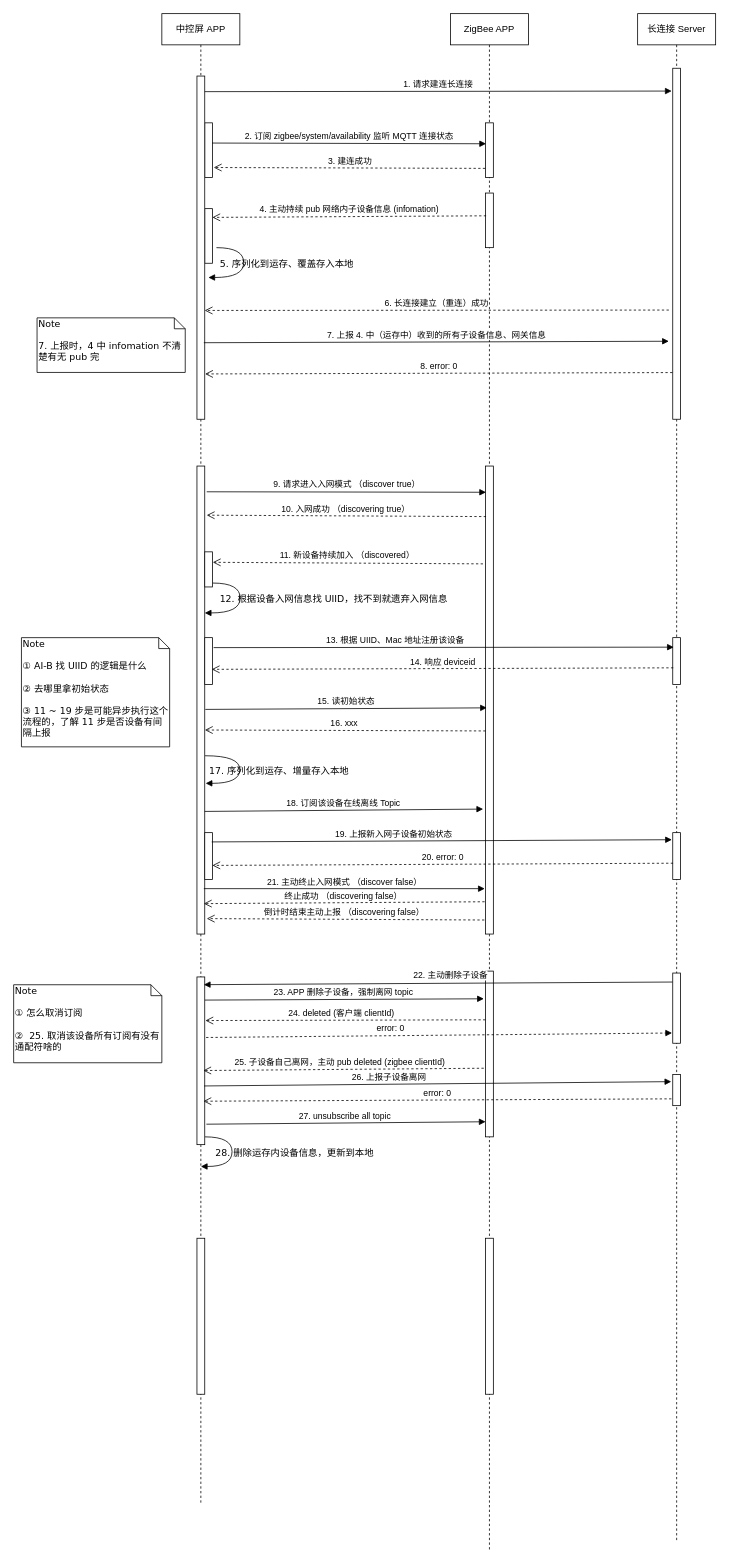
FE-Sadhu/diagram keeps this draw.io diagram as ZigBee 方案时序.drawio. Above is the earlier version. Source tidied: cells renumbered, new cells numbered last; positions are measured from the earlier drawing's top-left corner, leaving out a move shared by most shapes. Both pictures are drawn from the tidied source at 78%, with x=0, y=0 at pixel (13, 13).
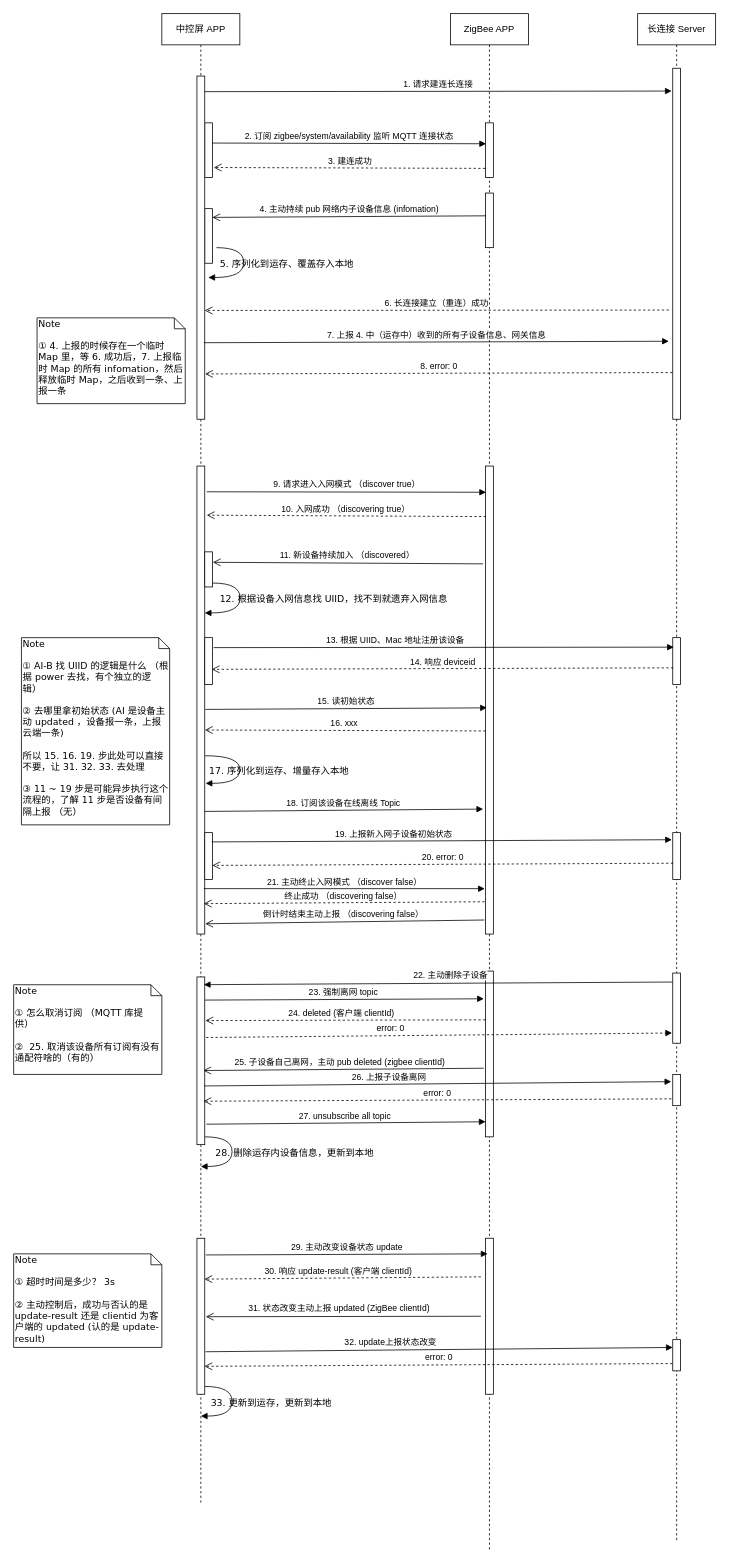
After the change.

Unchanged cells that the change refers to:
```xml
<mxCell id="2" value="中控屏 APP" style="shape=umlLifeline;perimeter=lifelinePerimeter;whiteSpace=wrap;html=1;" parent="1" vertex="1">
  <mxGeometry x="190" width="100" height="1910" as="geometry" />
</mxCell>
<mxCell id="4" style="html=1;points=[];perimeter=orthogonalPerimeter;rounded=0;shadow=0;comic=0;labelBackgroundColor=none;strokeWidth=1;fontFamily=Verdana;fontSize=12;align=center;" parent="2" vertex="1">
  <mxGeometry x="55" y="250" width="10" height="70" as="geometry" />
</mxCell>
<mxCell id="8" style="html=1;points=[];perimeter=orthogonalPerimeter;rounded=0;shadow=0;comic=0;labelBackgroundColor=none;strokeWidth=1;fontFamily=Verdana;fontSize=12;align=center;" parent="2" vertex="1">
  <mxGeometry x="45" y="580" width="10" height="600" as="geometry" />
</mxCell>
<mxCell id="9" style="html=1;points=[];perimeter=orthogonalPerimeter;" parent="2" vertex="1">
  <mxGeometry x="55" y="690" width="10" height="45" as="geometry" />
</mxCell>
<mxCell id="14" style="html=1;points=[];perimeter=orthogonalPerimeter;" parent="2" vertex="1">
  <mxGeometry x="45" y="1570" width="10" height="200" as="geometry" />
</mxCell>
<mxCell id="15" style="html=1;points=[];perimeter=orthogonalPerimeter;" parent="2" vertex="1">
  <mxGeometry x="45" y="1235" width="10" height="215" as="geometry" />
</mxCell>
<mxCell id="19" style="html=1;points=[];perimeter=orthogonalPerimeter;rounded=0;shadow=0;comic=0;labelBackgroundColor=none;strokeWidth=1;fontFamily=Verdana;fontSize=12;align=center;" parent="17" vertex="1">
  <mxGeometry x="45" y="230" width="10" height="70" as="geometry" />
</mxCell>
<mxCell id="20" style="html=1;points=[];perimeter=orthogonalPerimeter;rounded=0;shadow=0;comic=0;labelBackgroundColor=none;strokeWidth=1;fontFamily=Verdana;fontSize=12;align=center;" parent="17" vertex="1">
  <mxGeometry x="45" y="580" width="10" height="600" as="geometry" />
</mxCell>
<mxCell id="22" style="html=1;points=[];perimeter=orthogonalPerimeter;" parent="17" vertex="1">
  <mxGeometry x="45" y="1227.5" width="10" height="212.5" as="geometry" />
</mxCell>
<mxCell id="23" value="长连接 Server" style="shape=umlLifeline;perimeter=lifelinePerimeter;whiteSpace=wrap;html=1;" parent="1" vertex="1">
  <mxGeometry x="800" width="100" height="1960" as="geometry" />
</mxCell>
```

The edit, as a diff of the source:
```diff
@@
+    <mxCell id="59" value="33. 更新到运存，更新到本地" style="html=1;verticalAlign=bottom;endArrow=block;labelBackgroundColor=none;fontFamily=Verdana;fontSize=12;elbow=vertical;edgeStyle=orthogonalEdgeStyle;curved=1;" parent="2" edge="1">
+      <mxGeometry x="0.15" y="50" relative="1" as="geometry">
+        <mxPoint x="55.4" y="1760" as="sourcePoint" />
+        <mxPoint x="50" y="1798" as="targetPoint" />
+        <Array as="points">
+          <mxPoint x="90" y="1760" />
+          <mxPoint x="90" y="1798" />
+        </Array>
+      </mxGeometry>
+    </mxCell>
@@
+    <mxCell id="60" style="html=1;points=[];perimeter=orthogonalPerimeter;rounded=0;shadow=0;comic=0;labelBackgroundColor=none;strokeWidth=1;fontFamily=Verdana;fontSize=12;align=center;" parent="23" vertex="1">
+      <mxGeometry x="45" y="1700" width="10" height="40" as="geometry" />
+    </mxCell>
+    <mxCell id="61" value="32. update上报状态改变" style="html=1;verticalAlign=bottom;endArrow=block;rounded=0;entryX=-0.191;entryY=0.23;entryDx=0;entryDy=0;entryPerimeter=0;exitX=0.909;exitY=0.65;exitDx=0;exitDy=0;exitPerimeter=0;" parent="23" edge="1">
+      <mxGeometry x="-0.21" relative="1" as="geometry">
+        <mxPoint x="-554" y="1715.5" as="sourcePoint" />
+        <mxPoint x="45" y="1710" as="targetPoint" />
+      </mxGeometry>
+    </mxCell>
@@
-    <mxCell id="30" value="4. 主动持续 pub 网络内子设备信息 (infomation)" style="html=1;verticalAlign=bottom;endArrow=open;dashed=1;endSize=8;rounded=0;exitX=0.073;exitY=0.417;exitDx=0;exitDy=0;exitPerimeter=0;entryX=0.973;entryY=0.16;entryDx=0;entryDy=0;entryPerimeter=0;" parent="1" edge="1" source="19" target="4">
+    <mxCell id="30" value="4. 主动持续 pub 网络内子设备信息 (infomation)" style="html=1;verticalAlign=bottom;endArrow=open;endSize=8;rounded=0;exitX=0.073;exitY=0.417;exitDx=0;exitDy=0;exitPerimeter=0;entryX=0.973;entryY=0.16;entryDx=0;entryDy=0;entryPerimeter=0;" parent="1" edge="1" source="19" target="4">
       <mxGeometry relative="1" as="geometry" />
     </mxCell>
@@
-    <mxCell id="33" value="Note&lt;br&gt;&lt;br&gt;7. 上报时，4 中 infomation 不清楚有无 pub 完" style="shape=note;whiteSpace=wrap;html=1;size=14;verticalAlign=top;align=left;spacingTop=-6;rounded=0;shadow=0;comic=0;labelBackgroundColor=none;strokeWidth=1;fontFamily=Verdana;fontSize=12;" parent="1" vertex="1">
-      <mxGeometry x="30" y="390" width="190" height="70" as="geometry" />
+    <mxCell id="33" value="Note&lt;br&gt;&lt;br&gt;① 4. 上报的时候存在一个临时 Map 里，等 6. 成功后，7. 上报临时 Map 的所有 infomation，然后释放临时 Map，之后收到一条、上报一条&lt;br&gt;" style="shape=note;whiteSpace=wrap;html=1;size=14;verticalAlign=top;align=left;spacingTop=-6;rounded=0;shadow=0;comic=0;labelBackgroundColor=none;strokeWidth=1;fontFamily=Verdana;fontSize=12;" parent="1" vertex="1">
+      <mxGeometry x="30" y="390" width="190" height="110" as="geometry" />
     </mxCell>
@@
-    <mxCell id="39" value="倒计时结束主动上报 （discovering false）&amp;nbsp;" style="html=1;verticalAlign=bottom;endArrow=open;dashed=1;endSize=8;rounded=0;exitX=-0.153;exitY=0.97;exitDx=0;exitDy=0;exitPerimeter=0;entryX=1.262;entryY=0.967;entryDx=0;entryDy=0;entryPerimeter=0;" parent="1" edge="1" source="20" target="8">
+    <mxCell id="39" value="倒计时结束主动上报 （discovering false）&amp;nbsp;" style="html=1;verticalAlign=bottom;endArrow=open;endSize=8;rounded=0;exitX=-0.153;exitY=0.97;exitDx=0;exitDy=0;exitPerimeter=0;entryX=1.062;entryY=0.978;entryDx=0;entryDy=0;entryPerimeter=0;" parent="1" edge="1" source="20" target="8">
       <mxGeometry relative="1" as="geometry" />
     </mxCell>
-    <mxCell id="40" value="11. 新设备持续加入 （discovered）&amp;nbsp;" style="html=1;verticalAlign=bottom;endArrow=open;dashed=1;endSize=8;rounded=0;entryX=1.033;entryY=0.298;entryDx=0;entryDy=0;entryPerimeter=0;exitX=-0.33;exitY=0.209;exitDx=0;exitDy=0;exitPerimeter=0;" parent="1" edge="1" source="20" target="9">
+    <mxCell id="40" value="11. 新设备持续加入 （discovered）&amp;nbsp;" style="html=1;verticalAlign=bottom;endArrow=open;endSize=8;rounded=0;entryX=1.033;entryY=0.298;entryDx=0;entryDy=0;entryPerimeter=0;exitX=-0.33;exitY=0.209;exitDx=0;exitDy=0;exitPerimeter=0;" parent="1" edge="1" source="20" target="9">
       <mxGeometry relative="1" as="geometry" />
     </mxCell>
-    <mxCell id="41" value="Note&lt;br&gt;&lt;br&gt;① AI-B 找 UIID 的逻辑是什么&lt;br&gt;&lt;br&gt;② 去哪里拿初始状态&lt;br&gt;&lt;br&gt;③ 11 ~ 19 步是可能异步执行这个流程的，了解 11 步是否设备有间隔上报" style="shape=note;whiteSpace=wrap;html=1;size=14;verticalAlign=top;align=left;spacingTop=-6;rounded=0;shadow=0;comic=0;labelBackgroundColor=none;strokeWidth=1;fontFamily=Verdana;fontSize=12;" parent="1" vertex="1">
-      <mxGeometry x="10" y="800" width="190" height="140" as="geometry" />
+    <mxCell id="41" value="Note&lt;br&gt;&lt;br&gt;① AI-B 找 UIID 的逻辑是什么 （根据 power 去找，有个独立的逻辑）&lt;br&gt;&lt;br&gt;② 去哪里拿初始状态 (AI 是设备主动 updated ，设备报一条，上报云端一条)&lt;br&gt;&lt;br&gt;所以 15. 16. 19. 步此处可以直接不要，让 31. 32. 33. 去处理&lt;br&gt;&lt;br&gt;③ 11 ~ 19 步是可能异步执行这个流程的，了解 11 步是否设备有间隔上报 （无）" style="shape=note;whiteSpace=wrap;html=1;size=14;verticalAlign=top;align=left;spacingTop=-6;rounded=0;shadow=0;comic=0;labelBackgroundColor=none;strokeWidth=1;fontFamily=Verdana;fontSize=12;" parent="1" vertex="1">
+      <mxGeometry x="10" y="800" width="190" height="240" as="geometry" />
     </mxCell>
@@
-    <mxCell id="50" value="23. APP 删除子设备，强制离网 topic&amp;nbsp;" style="html=1;verticalAlign=bottom;endArrow=block;rounded=0;exitX=1.018;exitY=0.138;exitDx=0;exitDy=0;exitPerimeter=0;entryX=-0.218;entryY=0.167;entryDx=0;entryDy=0;entryPerimeter=0;" parent="1" edge="1" source="15" target="22">
+    <mxCell id="50" value="23. 强制离网 topic&amp;nbsp;" style="html=1;verticalAlign=bottom;endArrow=block;rounded=0;exitX=1.018;exitY=0.138;exitDx=0;exitDy=0;exitPerimeter=0;entryX=-0.218;entryY=0.167;entryDx=0;entryDy=0;entryPerimeter=0;" parent="1" edge="1" source="15" target="22">
       <mxGeometry relative="1" as="geometry" />
     </mxCell>
@@
-    <mxCell id="52" value="25. 子设备自己离网，主动 pub deleted (zigbee clientId)" style="html=1;verticalAlign=bottom;endArrow=open;dashed=1;endSize=8;rounded=0;entryX=0.809;entryY=0.558;entryDx=0;entryDy=0;entryPerimeter=0;exitX=-0.227;exitY=0.586;exitDx=0;exitDy=0;exitPerimeter=0;" parent="1" edge="1" source="22" target="15">
+    <mxCell id="52" value="25. 子设备自己离网，主动 pub deleted (zigbee clientId)" style="html=1;verticalAlign=bottom;endArrow=open;endSize=8;rounded=0;entryX=0.809;entryY=0.558;entryDx=0;entryDy=0;entryPerimeter=0;exitX=-0.227;exitY=0.586;exitDx=0;exitDy=0;exitPerimeter=0;" parent="1" edge="1" source="22" target="15">
       <mxGeometry x="0.03" relative="1" as="geometry" />
     </mxCell>
@@
-    <mxCell id="54" value="Note&lt;br&gt;&lt;br&gt;① 怎么取消订阅&lt;br&gt;&lt;br&gt;②&amp;nbsp; 25. 取消该设备所有订阅有没有通配符啥的" style="shape=note;whiteSpace=wrap;html=1;size=14;verticalAlign=top;align=left;spacingTop=-6;rounded=0;shadow=0;comic=0;labelBackgroundColor=none;strokeWidth=1;fontFamily=Verdana;fontSize=12;" parent="1" vertex="1">
-      <mxGeometry y="1245" width="190" height="100" as="geometry" />
+    <mxCell id="54" value="Note&lt;br&gt;&lt;br&gt;① 怎么取消订阅 （MQTT 库提供）&lt;br&gt;&lt;br&gt;②&amp;nbsp; 25. 取消该设备所有订阅有没有通配符啥的（有的）" style="shape=note;whiteSpace=wrap;html=1;size=14;verticalAlign=top;align=left;spacingTop=-6;rounded=0;shadow=0;comic=0;labelBackgroundColor=none;strokeWidth=1;fontFamily=Verdana;fontSize=12;" parent="1" vertex="1">
+      <mxGeometry y="1245" width="190" height="115" as="geometry" />
     </mxCell>
@@
+    <mxCell id="62" value="29. 主动改变设备状态 update" style="html=1;verticalAlign=bottom;endArrow=block;rounded=0;exitX=1.136;exitY=0.107;exitDx=0;exitDy=0;exitPerimeter=0;entryX=-0.218;entryY=0.167;entryDx=0;entryDy=0;entryPerimeter=0;" parent="1" edge="1" source="14">
+      <mxGeometry relative="1" as="geometry">
+        <mxPoint x="607.6" y="1590" as="targetPoint" />
+      </mxGeometry>
+    </mxCell>
+    <mxCell id="63" value="Note&lt;br&gt;&lt;br&gt;① 超时时间是多少？ 3s&amp;nbsp;&lt;br&gt;&lt;br&gt;② 主动控制后，成功与否认的是 update-result 还是 clientid 为客户端的 updated (认的是 update-result)" style="shape=note;whiteSpace=wrap;html=1;size=14;verticalAlign=top;align=left;spacingTop=-6;rounded=0;shadow=0;comic=0;labelBackgroundColor=none;strokeWidth=1;fontFamily=Verdana;fontSize=12;" parent="1" vertex="1">
+      <mxGeometry y="1590" width="190" height="120" as="geometry" />
+    </mxCell>
+    <mxCell id="64" value="30. 响应 update-result (客户端 clientId)" style="html=1;verticalAlign=bottom;endArrow=open;dashed=1;endSize=8;rounded=0;entryX=0.955;entryY=0.262;entryDx=0;entryDy=0;entryPerimeter=0;exitX=-0.018;exitY=0.294;exitDx=0;exitDy=0;exitPerimeter=0;" parent="1" edge="1" target="14">
+      <mxGeometry x="0.03" relative="1" as="geometry">
+        <mxPoint x="599" y="1619.5" as="sourcePoint" />
+      </mxGeometry>
+    </mxCell>
+    <mxCell id="65" value="&lt;div style=&quot;text-align: start;&quot;&gt;31. 状态改变主动上报 updated&lt;font face=&quot;monospace&quot; color=&quot;rgba(0, 0, 0, 0)&quot;&gt;&lt;span style=&quot;font-size: 0px; background-color: rgb(248, 249, 250);&quot;&gt;d&lt;/span&gt;&lt;/font&gt;&amp;nbsp;(ZigBee clientId)&lt;/div&gt;" style="html=1;verticalAlign=bottom;endArrow=open;endSize=8;rounded=0;entryX=1.136;entryY=0.503;entryDx=0;entryDy=0;entryPerimeter=0;exitX=-0.018;exitY=0.294;exitDx=0;exitDy=0;exitPerimeter=0;" parent="1" edge="1" target="14">
+      <mxGeometry x="0.03" relative="1" as="geometry">
+        <mxPoint x="599" y="1670" as="sourcePoint" />
+      </mxGeometry>
+    </mxCell>
+    <mxCell id="66" value="error: 0" style="html=1;verticalAlign=bottom;endArrow=open;dashed=1;endSize=8;rounded=0;exitX=-0.045;exitY=0.766;exitDx=0;exitDy=0;exitPerimeter=0;entryX=0.955;entryY=0.821;entryDx=0;entryDy=0;entryPerimeter=0;" parent="1" edge="1" source="60" target="14">
+      <mxGeometry relative="1" as="geometry" />
+    </mxCell>
```
